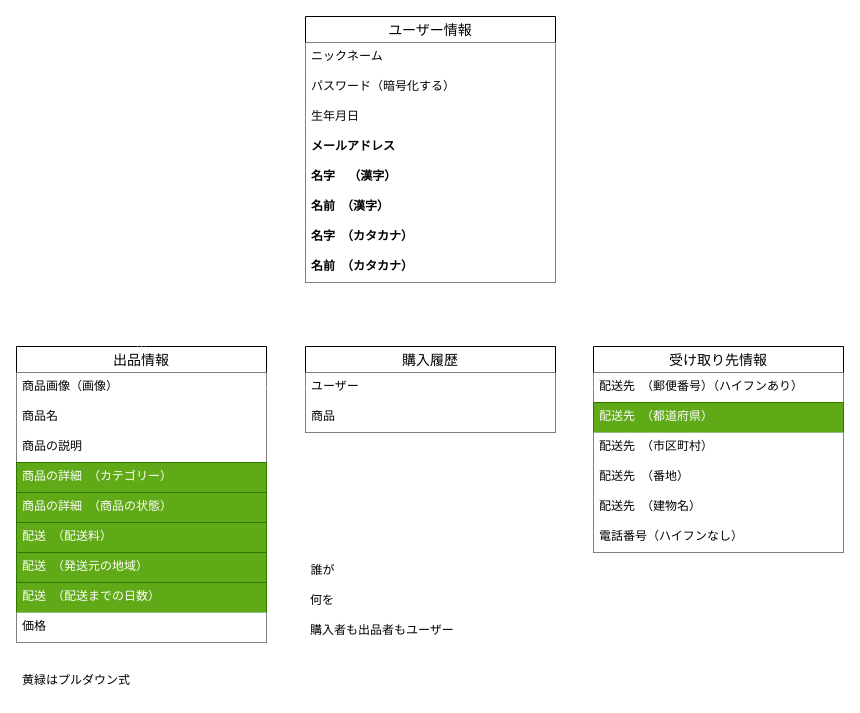
This is readme.dio from takumi19910112/furima-38533, a draw.io file, before an edit. Source tidied: cells renumbered, new cells numbered last; positions are measured from the earlier drawing's top-left corner, leaving out a move shared by most shapes. Both pictures are drawn from the tidied source at 100%, with x=0, y=0 at pixel (16, 16).
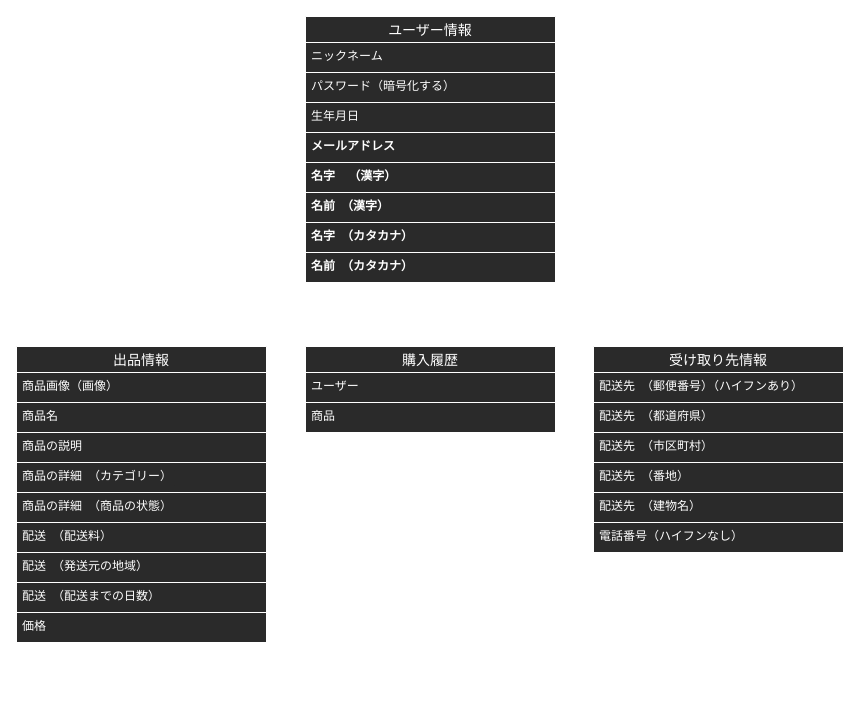
The same page after the edit.

Change to the diagram source:
```diff
@@
-    <mxCell id="2" style="edgeStyle=none;rounded=0;html=1;entryX=0.5;entryY=0;entryDx=0;entryDy=0;startArrow=none;startFill=0;endArrow=ERmany;endFill=0;strokeColor=#FFFFFF;" parent="1" edge="1" source="3" target="30">
+    <mxCell id="2" style="edgeStyle=none;rounded=0;html=1;entryX=0.5;entryY=0;entryDx=0;entryDy=0;startArrow=ERone;startFill=0;endArrow=ERzeroToMany;endFill=0;strokeColor=#FFFFFF;" parent="1" edge="1" source="3" target="30">
       <mxGeometry relative="1" as="geometry" />
     </mxCell>
-    <mxCell id="3" value="ユーザー情報" style="swimlane;fontStyle=0;horizontal=1;startSize=26;align=center;fontSize=14;" parent="1" vertex="1">
+    <mxCell id="3" value="ユーザー情報" style="swimlane;fontStyle=0;horizontal=1;startSize=26;align=center;fontSize=14;strokeColor=#FFFFFF;fontColor=#FFFFFF;fillColor=#2A2A2A;" parent="1" vertex="1">
       <mxGeometry x="289" width="250" height="266" as="geometry" />
     </mxCell>
-    <mxCell id="4" value="ニックネーム" style="text;strokeColor=none;fillColor=default;spacingLeft=4;spacingRight=4;overflow=hidden;fontSize=12;" parent="3" vertex="1">
+    <mxCell id="4" value="ニックネーム" style="text;strokeColor=#FFFFFF;fillColor=#2A2A2A;spacingLeft=4;spacingRight=4;overflow=hidden;fontSize=12;fontColor=#FFFFFF;" parent="3" vertex="1">
       <mxGeometry y="26" width="250" height="30" as="geometry" />
     </mxCell>
-    <mxCell id="5" value="パスワード（暗号化する）" style="text;strokeColor=none;fillColor=default;spacingLeft=4;spacingRight=4;overflow=hidden;fontSize=12;" parent="3" vertex="1">
+    <mxCell id="5" value="パスワード（暗号化する）" style="text;strokeColor=#FFFFFF;fillColor=#2A2A2A;spacingLeft=4;spacingRight=4;overflow=hidden;fontSize=12;fontColor=#FFFFFF;" parent="3" vertex="1">
       <mxGeometry y="56" width="250" height="30" as="geometry" />
     </mxCell>
-    <mxCell id="6" value="生年月日" style="text;strokeColor=none;fillColor=default;spacingLeft=4;spacingRight=4;overflow=hidden;points=[[0,0.5],[1,0.5]];portConstraint=eastwest;fontSize=12;" parent="3" vertex="1">
+    <mxCell id="6" value="生年月日" style="text;strokeColor=#FFFFFF;fillColor=#2A2A2A;spacingLeft=4;spacingRight=4;overflow=hidden;points=[[0,0.5],[1,0.5]];portConstraint=eastwest;fontSize=12;fontColor=#FFFFFF;" parent="3" vertex="1">
       <mxGeometry y="86" width="250" height="30" as="geometry" />
     </mxCell>
-    <mxCell id="7" value="メールアドレス" style="text;strokeColor=none;fillColor=default;spacingLeft=4;spacingRight=4;overflow=hidden;fontSize=12;fontStyle=1;" parent="3" vertex="1">
+    <mxCell id="7" value="メールアドレス" style="text;strokeColor=#FFFFFF;fillColor=#2A2A2A;spacingLeft=4;spacingRight=4;overflow=hidden;fontSize=12;fontStyle=1;fontColor=#FFFFFF;" parent="3" vertex="1">
       <mxGeometry y="116" width="250" height="30" as="geometry" />
     </mxCell>
-    <mxCell id="8" value="名字    （漢字）" style="text;strokeColor=none;fillColor=default;spacingLeft=4;spacingRight=4;overflow=hidden;fontSize=12;fontStyle=1;" parent="3" vertex="1">
+    <mxCell id="8" value="名字    （漢字）" style="text;strokeColor=#FFFFFF;fillColor=#2A2A2A;spacingLeft=4;spacingRight=4;overflow=hidden;fontSize=12;fontStyle=1;fontColor=#FFFFFF;" parent="3" vertex="1">
       <mxGeometry y="146" width="250" height="30" as="geometry" />
     </mxCell>
-    <mxCell id="9" value="名前　（漢字）" style="text;strokeColor=none;fillColor=default;spacingLeft=4;spacingRight=4;overflow=hidden;fontSize=12;fontStyle=1;" parent="3" vertex="1">
+    <mxCell id="9" value="名前　（漢字）" style="text;strokeColor=#FFFFFF;fillColor=#2A2A2A;spacingLeft=4;spacingRight=4;overflow=hidden;fontSize=12;fontStyle=1;fontColor=#FFFFFF;" parent="3" vertex="1">
       <mxGeometry y="176" width="250" height="30" as="geometry" />
     </mxCell>
-    <mxCell id="10" value="名字　（カタカナ）" style="text;strokeColor=none;fillColor=default;spacingLeft=4;spacingRight=4;overflow=hidden;fontSize=12;fontStyle=1;" parent="3" vertex="1">
+    <mxCell id="10" value="名字　（カタカナ）" style="text;strokeColor=#FFFFFF;fillColor=#2A2A2A;spacingLeft=4;spacingRight=4;overflow=hidden;fontSize=12;fontStyle=1;fontColor=#FFFFFF;" parent="3" vertex="1">
       <mxGeometry y="206" width="250" height="30" as="geometry" />
     </mxCell>
-    <mxCell id="11" value="名前　（カタカナ）" style="text;strokeColor=none;fillColor=default;spacingLeft=4;spacingRight=4;overflow=hidden;fontSize=12;fontStyle=1;" parent="3" vertex="1">
+    <mxCell id="11" value="名前　（カタカナ）" style="text;strokeColor=#FFFFFF;fillColor=#2A2A2A;spacingLeft=4;spacingRight=4;overflow=hidden;fontSize=12;fontStyle=1;fontColor=#FFFFFF;" parent="3" vertex="1">
       <mxGeometry y="236" width="250" height="30" as="geometry" />
     </mxCell>
-    <mxCell id="12" value="出品情報" style="swimlane;fontStyle=0;horizontal=1;startSize=26;align=center;fontSize=14;" parent="1" vertex="1">
+    <mxCell id="12" value="出品情報" style="swimlane;fontStyle=0;horizontal=1;startSize=26;align=center;fontSize=14;fillColor=#2A2A2A;strokeColor=#FFFFFF;fontColor=#FFFFFF;" parent="1" vertex="1">
       <mxGeometry y="330" width="250" height="296" as="geometry" />
     </mxCell>
-    <mxCell id="13" value="商品画像（画像）" style="text;strokeColor=none;fillColor=default;spacingLeft=4;spacingRight=4;overflow=hidden;points=[[0,0.5],[1,0.5]];portConstraint=eastwest;fontSize=12;" parent="12" vertex="1">
+    <mxCell id="13" value="商品画像（画像）" style="text;strokeColor=#FFFFFF;fillColor=#2A2A2A;spacingLeft=4;spacingRight=4;overflow=hidden;points=[[0,0.5],[1,0.5]];portConstraint=eastwest;fontSize=12;fontColor=#FFFFFF;" parent="12" vertex="1">
       <mxGeometry y="26" width="250" height="30" as="geometry" />
     </mxCell>
-    <mxCell id="14" value="商品名" style="text;strokeColor=none;fillColor=default;spacingLeft=4;spacingRight=4;overflow=hidden;fontSize=12;" parent="12" vertex="1">
+    <mxCell id="14" value="商品名" style="text;strokeColor=#FFFFFF;fillColor=#2A2A2A;spacingLeft=4;spacingRight=4;overflow=hidden;fontSize=12;fontColor=#FFFFFF;" parent="12" vertex="1">
       <mxGeometry y="56" width="250" height="30" as="geometry" />
     </mxCell>
-    <mxCell id="15" value="商品の説明" style="text;strokeColor=none;fillColor=default;spacingLeft=4;spacingRight=4;overflow=hidden;fontSize=12;" parent="12" vertex="1">
+    <mxCell id="15" value="商品の説明" style="text;strokeColor=#FFFFFF;fillColor=#2A2A2A;spacingLeft=4;spacingRight=4;overflow=hidden;fontSize=12;fontColor=#FFFFFF;" parent="12" vertex="1">
       <mxGeometry y="86" width="250" height="30" as="geometry" />
     </mxCell>
-    <mxCell id="16" value="商品の詳細　（カテゴリー）" style="text;strokeColor=#2D7600;fillColor=#60a917;spacingLeft=4;spacingRight=4;overflow=hidden;fontSize=12;fontColor=#ffffff;" parent="12" vertex="1">
+    <mxCell id="16" value="商品の詳細　（カテゴリー）" style="text;strokeColor=#FFFFFF;fillColor=#2A2A2A;spacingLeft=4;spacingRight=4;overflow=hidden;fontSize=12;fontColor=#FFFFFF;labelBackgroundColor=#2A2A2A;" parent="12" vertex="1">
       <mxGeometry y="116" width="250" height="30" as="geometry" />
     </mxCell>
-    <mxCell id="17" value="商品の詳細　（商品の状態）" style="text;strokeColor=#2D7600;fillColor=#60a917;spacingLeft=4;spacingRight=4;overflow=hidden;fontSize=12;fontColor=#ffffff;" parent="12" vertex="1">
+    <mxCell id="17" value="商品の詳細　（商品の状態）" style="text;strokeColor=#FFFFFF;fillColor=#2A2A2A;spacingLeft=4;spacingRight=4;overflow=hidden;fontSize=12;fontColor=#FFFFFF;" parent="12" vertex="1">
       <mxGeometry y="146" width="250" height="30" as="geometry" />
     </mxCell>
-    <mxCell id="18" value="配送　（配送料）" style="text;strokeColor=#2D7600;fillColor=#60a917;spacingLeft=4;spacingRight=4;overflow=hidden;fontSize=12;fontColor=#ffffff;" parent="12" vertex="1">
+    <mxCell id="18" value="配送　（配送料）" style="text;strokeColor=#FFFFFF;fillColor=#2A2A2A;spacingLeft=4;spacingRight=4;overflow=hidden;fontSize=12;fontColor=#FFFFFF;" parent="12" vertex="1">
       <mxGeometry y="176" width="250" height="30" as="geometry" />
     </mxCell>
-    <mxCell id="19" value="配送　（発送元の地域）" style="text;strokeColor=#2D7600;fillColor=#60a917;spacingLeft=4;spacingRight=4;overflow=hidden;fontSize=12;fontColor=#ffffff;" parent="12" vertex="1">
+    <mxCell id="19" value="配送　（発送元の地域）" style="text;strokeColor=#FFFFFF;fillColor=#2A2A2A;spacingLeft=4;spacingRight=4;overflow=hidden;fontSize=12;fontColor=#FFFFFF;" parent="12" vertex="1">
       <mxGeometry y="206" width="250" height="30" as="geometry" />
     </mxCell>
-    <mxCell id="20" value="配送　（配送までの日数）" style="text;strokeColor=#2D7600;fillColor=#60a917;spacingLeft=4;spacingRight=4;overflow=hidden;fontSize=12;fontColor=#ffffff;" parent="12" vertex="1">
+    <mxCell id="20" value="配送　（配送までの日数）" style="text;strokeColor=#FFFFFF;fillColor=#2A2A2A;spacingLeft=4;spacingRight=4;overflow=hidden;fontSize=12;fontColor=#FFFFFF;" parent="12" vertex="1">
       <mxGeometry y="236" width="250" height="30" as="geometry" />
     </mxCell>
-    <mxCell id="21" value="価格" style="text;strokeColor=none;fillColor=default;spacingLeft=4;spacingRight=4;overflow=hidden;fontSize=12;" parent="12" vertex="1">
+    <mxCell id="21" value="価格" style="text;strokeColor=#FFFFFF;fillColor=#2A2A2A;spacingLeft=4;spacingRight=4;overflow=hidden;fontSize=12;fontColor=#FFFFFF;" parent="12" vertex="1">
       <mxGeometry y="266" width="250" height="30" as="geometry" />
     </mxCell>
-    <mxCell id="22" value="受け取り先情報" style="swimlane;fontStyle=0;horizontal=1;startSize=26;align=center;fontSize=14;" parent="1" vertex="1">
+    <mxCell id="22" value="受け取り先情報" style="swimlane;fontStyle=0;horizontal=1;startSize=26;align=center;fontSize=14;fillColor=#2A2A2A;strokeColor=#FFFFFF;fontColor=#FFFFFF;" parent="1" vertex="1">
       <mxGeometry x="577" y="330" width="250" height="206" as="geometry" />
     </mxCell>
-    <mxCell id="23" value="配送先　（郵便番号）（ハイフンあり）" style="text;strokeColor=none;fillColor=default;spacingLeft=4;spacingRight=4;overflow=hidden;points=[[0,0.5],[1,0.5]];portConstraint=eastwest;fontSize=12;" parent="22" vertex="1">
+    <mxCell id="23" value="配送先　（郵便番号）（ハイフンあり）" style="text;strokeColor=#FFFFFF;fillColor=#2A2A2A;spacingLeft=4;spacingRight=4;overflow=hidden;points=[[0,0.5],[1,0.5]];portConstraint=eastwest;fontSize=12;fontColor=#FFFFFF;" parent="22" vertex="1">
       <mxGeometry y="26" width="250" height="30" as="geometry" />
     </mxCell>
-    <mxCell id="24" value="配送先　（都道府県）" style="text;strokeColor=#2D7600;fillColor=#60a917;spacingLeft=4;spacingRight=4;overflow=hidden;fontSize=12;fontColor=#ffffff;" parent="22" vertex="1">
+    <mxCell id="24" value="配送先　（都道府県）" style="text;strokeColor=#FFFFFF;fillColor=#2A2A2A;spacingLeft=4;spacingRight=4;overflow=hidden;fontSize=12;fontColor=#FFFFFF;" parent="22" vertex="1">
       <mxGeometry y="56" width="250" height="30" as="geometry" />
     </mxCell>
-    <mxCell id="25" value="配送先　（市区町村）" style="text;strokeColor=none;fillColor=default;spacingLeft=4;spacingRight=4;overflow=hidden;fontSize=12;" parent="22" vertex="1">
+    <mxCell id="25" value="配送先　（市区町村）" style="text;strokeColor=#FFFFFF;fillColor=#2A2A2A;spacingLeft=4;spacingRight=4;overflow=hidden;fontSize=12;fontColor=#FFFFFF;" parent="22" vertex="1">
       <mxGeometry y="86" width="250" height="30" as="geometry" />
     </mxCell>
-    <mxCell id="26" value="配送先　（番地）" style="text;strokeColor=none;fillColor=default;spacingLeft=4;spacingRight=4;overflow=hidden;fontSize=12;" parent="22" vertex="1">
+    <mxCell id="26" value="配送先　（番地）" style="text;strokeColor=#FFFFFF;fillColor=#2A2A2A;spacingLeft=4;spacingRight=4;overflow=hidden;fontSize=12;fontColor=#FFFFFF;" parent="22" vertex="1">
       <mxGeometry y="116" width="250" height="30" as="geometry" />
     </mxCell>
-    <mxCell id="27" value="配送先　（建物名）" style="text;strokeColor=none;fillColor=default;spacingLeft=4;spacingRight=4;overflow=hidden;fontSize=12;" parent="22" vertex="1">
+    <mxCell id="27" value="配送先　（建物名）" style="text;strokeColor=#FFFFFF;fillColor=#2A2A2A;spacingLeft=4;spacingRight=4;overflow=hidden;fontSize=12;fontColor=#FFFFFF;" parent="22" vertex="1">
       <mxGeometry y="146" width="250" height="30" as="geometry" />
     </mxCell>
-    <mxCell id="28" value="電話番号（ハイフンなし）" style="text;strokeColor=none;fillColor=default;spacingLeft=4;spacingRight=4;overflow=hidden;fontSize=12;" parent="22" vertex="1">
+    <mxCell id="28" value="電話番号（ハイフンなし）" style="text;strokeColor=#FFFFFF;fillColor=#2A2A2A;spacingLeft=4;spacingRight=4;overflow=hidden;fontSize=12;fontColor=#FFFFFF;" parent="22" vertex="1">
       <mxGeometry y="176" width="250" height="30" as="geometry" />
     </mxCell>
-    <mxCell id="29" style="edgeStyle=none;rounded=0;html=1;exitX=1;exitY=0.5;exitDx=0;exitDy=0;entryX=0;entryY=0.5;entryDx=0;entryDy=0;startArrow=none;startFill=0;endArrow=none;endFill=0;strokeColor=#FFFFFF;" parent="1" edge="1" source="31" target="23">
+    <mxCell id="29" style="edgeStyle=none;rounded=0;html=1;exitX=1;exitY=0.5;exitDx=0;exitDy=0;entryX=0;entryY=0.5;entryDx=0;entryDy=0;startArrow=ERone;startFill=0;endArrow=ERone;endFill=0;strokeColor=#FFFFFF;" parent="1" edge="1" source="31" target="23">
       <mxGeometry relative="1" as="geometry" />
     </mxCell>
-    <mxCell id="30" value="購入履歴" style="swimlane;fontStyle=0;horizontal=1;startSize=26;align=center;fontSize=14;" parent="1" vertex="1">
+    <mxCell id="30" value="購入履歴" style="swimlane;fontStyle=0;horizontal=1;startSize=26;align=center;fontSize=14;strokeColor=#FFFFFF;fontColor=#FFFFFF;fillColor=#2A2A2A;" parent="1" vertex="1">
       <mxGeometry x="289" y="330" width="250" height="86" as="geometry" />
     </mxCell>
-    <mxCell id="31" value="ユーザー" style="text;strokeColor=none;fillColor=default;spacingLeft=4;spacingRight=4;overflow=hidden;points=[[0,0.5],[1,0.5]];portConstraint=eastwest;fontSize=12;" parent="30" vertex="1">
+    <mxCell id="31" value="ユーザー" style="text;strokeColor=#FFFFFF;fillColor=#2A2A2A;spacingLeft=4;spacingRight=4;overflow=hidden;points=[[0,0.5],[1,0.5]];portConstraint=eastwest;fontSize=12;fontColor=#FFFFFF;" parent="30" vertex="1">
       <mxGeometry y="26" width="250" height="30" as="geometry" />
     </mxCell>
-    <mxCell id="32" value="商品" style="text;strokeColor=none;fillColor=default;spacingLeft=4;spacingRight=4;overflow=hidden;fontSize=12;" parent="30" vertex="1">
+    <mxCell id="32" value="商品" style="text;strokeColor=#FFFFFF;fillColor=#2A2A2A;spacingLeft=4;spacingRight=4;overflow=hidden;fontSize=12;fontColor=#FFFFFF;" parent="30" vertex="1">
       <mxGeometry y="56" width="250" height="30" as="geometry" />
     </mxCell>
-    <mxCell id="33" value="誰が" style="text;strokeColor=none;fillColor=default;spacingLeft=4;spacingRight=4;overflow=hidden;fontSize=12;" parent="1" vertex="1">
-      <mxGeometry x="288.5" y="540" width="250" height="30" as="geometry" />
-    </mxCell>
-    <mxCell id="34" value="何を" style="text;strokeColor=none;fillColor=default;spacingLeft=4;spacingRight=4;overflow=hidden;fontSize=12;" parent="1" vertex="1">
-      <mxGeometry x="288" y="570" width="250" height="30" as="geometry" />
-    </mxCell>
-    <mxCell id="35" style="edgeStyle=none;rounded=0;html=1;exitX=0;exitY=0.5;exitDx=0;exitDy=0;entryX=0.5;entryY=0;entryDx=0;entryDy=0;startArrow=none;startFill=0;endArrow=ERmany;endFill=0;strokeColor=#FFFFFF;" parent="1" edge="1" source="6" target="12">
+    <mxCell id="35" style="edgeStyle=none;rounded=0;html=1;exitX=0;exitY=0.5;exitDx=0;exitDy=0;entryX=0.5;entryY=0;entryDx=0;entryDy=0;startArrow=ERone;startFill=0;endArrow=ERzeroToMany;endFill=0;strokeColor=#FFFFFF;" parent="1" edge="1" source="6" target="12">
       <mxGeometry relative="1" as="geometry">
         <Array as="points">
           <mxPoint x="125" y="101" />
         </Array>
       </mxGeometry>
     </mxCell>
-    <mxCell id="36" style="edgeStyle=none;rounded=0;html=1;exitX=1;exitY=0.5;exitDx=0;exitDy=0;entryX=0;entryY=0.5;entryDx=0;entryDy=0;startArrow=none;startFill=0;endArrow=none;endFill=0;strokeColor=#FFFFFF;" parent="1" edge="1" source="13" target="31">
+    <mxCell id="36" style="edgeStyle=none;rounded=0;html=1;exitX=1;exitY=0.5;exitDx=0;exitDy=0;entryX=0;entryY=0.5;entryDx=0;entryDy=0;startArrow=ERone;startFill=0;endArrow=ERzeroToOne;endFill=0;strokeColor=#FFFFFF;" parent="1" edge="1" source="13" target="31">
       <mxGeometry relative="1" as="geometry" />
     </mxCell>
-    <mxCell id="37" value="購入者も出品者もユーザー" style="text;strokeColor=none;fillColor=default;spacingLeft=4;spacingRight=4;overflow=hidden;fontSize=12;" parent="1" vertex="1">
-      <mxGeometry x="288" y="600" width="250" height="30" as="geometry" />
-    </mxCell>
-    <mxCell id="38" value="黄緑はプルダウン式" style="text;strokeColor=none;fillColor=default;spacingLeft=4;spacingRight=4;overflow=hidden;fontSize=12;" parent="1" vertex="1">
-      <mxGeometry y="650" width="250" height="30" as="geometry" />
-    </mxCell>
```
